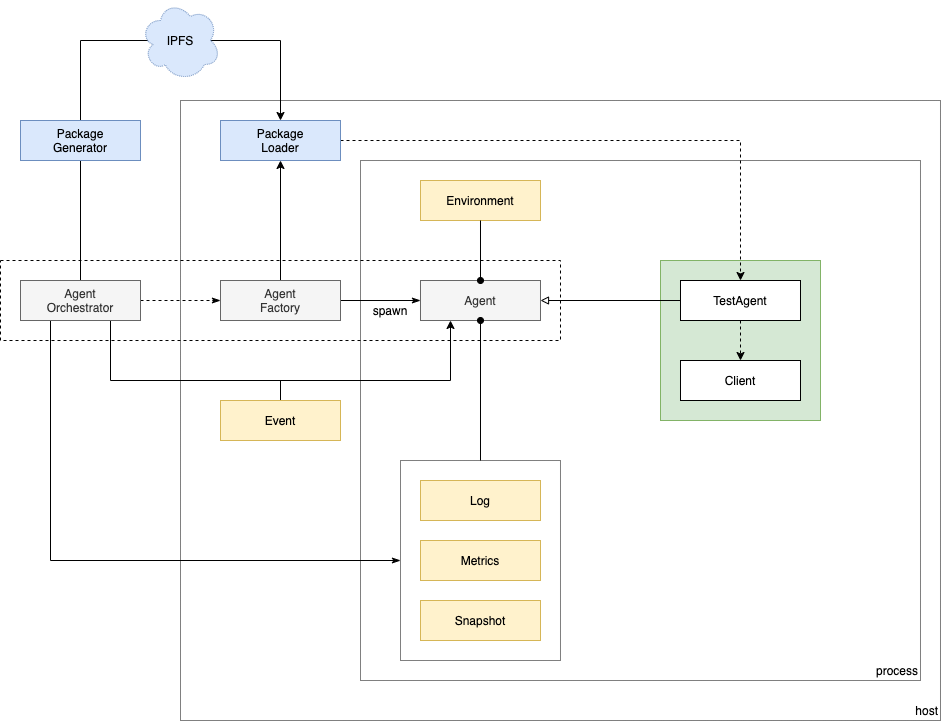
Earlier version of the draw.io export agents.png (dxos/gravity). Source tidied: cells renumbered, new cells last; positions are measured from the earlier drawing's top-left corner, leaving out a move shared by most shapes.
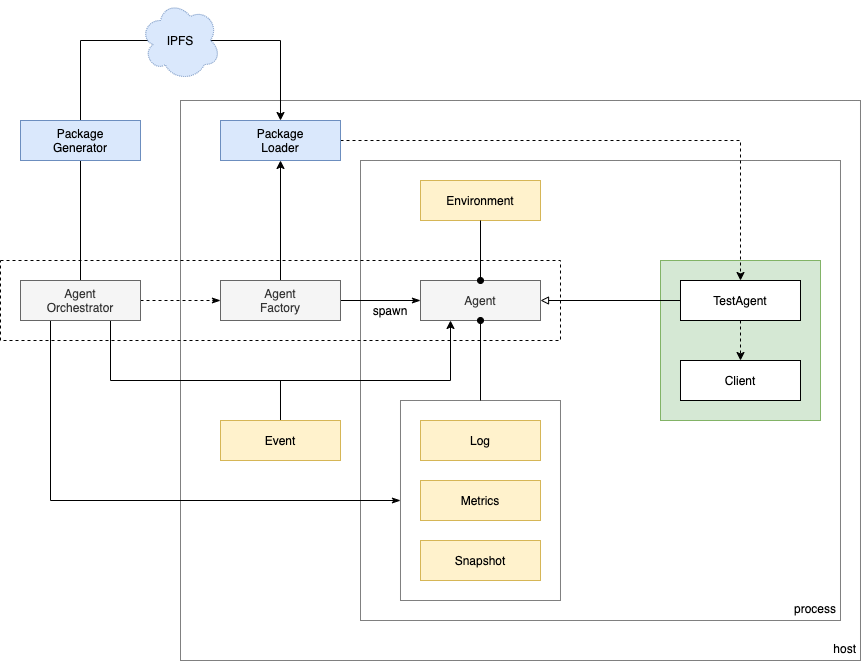
Above is the later version.

What changed in the source:
```diff
@@ -2,11 +2,11 @@
   <root>
     <mxCell id="0" />
     <mxCell id="1" parent="0" />
-    <mxCell id="2" value="host" style="rounded=0;whiteSpace=wrap;html=1;dashed=1;dashPattern=1 1;align=right;verticalAlign=bottom;" parent="1" vertex="1">
-      <mxGeometry x="180" y="100" width="760" height="620" as="geometry" />
+    <mxCell id="2" value="host" style="rounded=0;whiteSpace=wrap;html=1;dashed=1;dashPattern=1 1;align=right;verticalAlign=bottom;spacing=4;" parent="1" vertex="1">
+      <mxGeometry x="180" y="100" width="680" height="560" as="geometry" />
     </mxCell>
-    <mxCell id="3" value="process" style="rounded=0;whiteSpace=wrap;html=1;dashed=1;dashPattern=1 1;align=right;verticalAlign=bottom;" parent="1" vertex="1">
-      <mxGeometry x="360" y="160" width="560" height="520" as="geometry" />
+    <mxCell id="3" value="process" style="rounded=0;whiteSpace=wrap;html=1;dashed=1;dashPattern=1 1;align=right;verticalAlign=bottom;spacing=4;" parent="1" vertex="1">
+      <mxGeometry x="360" y="160" width="480" height="460" as="geometry" />
     </mxCell>
     <mxCell id="4" style="rounded=0;whiteSpace=wrap;html=1;fillColor=#d5e8d4;strokeColor=#82b366;" parent="1" vertex="1">
       <mxGeometry x="660" y="260" width="160" height="160" as="geometry" />
@@ -49,13 +49,13 @@
       </mxGeometry>
     </mxCell>
     <mxCell id="15" value="Event" style="rounded=0;whiteSpace=wrap;html=1;fillColor=#fff2cc;strokeColor=#d6b656;" parent="1" vertex="1">
-      <mxGeometry x="220" y="400" width="120" height="40" as="geometry" />
+      <mxGeometry x="220" y="420" width="120" height="40" as="geometry" />
     </mxCell>
     <mxCell id="16" value="Metrics" style="rounded=0;whiteSpace=wrap;html=1;fillColor=#fff2cc;strokeColor=#d6b656;" parent="1" vertex="1">
-      <mxGeometry x="420" y="540" width="120" height="40" as="geometry" />
+      <mxGeometry x="420" y="480" width="120" height="40" as="geometry" />
     </mxCell>
     <mxCell id="17" value="Snapshot" style="rounded=0;whiteSpace=wrap;html=1;fillColor=#fff2cc;strokeColor=#d6b656;" parent="1" vertex="1">
-      <mxGeometry x="420" y="600" width="120" height="40" as="geometry" />
+      <mxGeometry x="420" y="540" width="120" height="40" as="geometry" />
     </mxCell>
     <mxCell id="18" value="Client" style="rounded=0;whiteSpace=wrap;html=1;" parent="1" vertex="1">
       <mxGeometry x="680" y="360" width="120" height="40" as="geometry" />
@@ -103,13 +103,13 @@
       <mxGeometry x="370" y="300" width="40" height="20" as="geometry" />
     </mxCell>
     <mxCell id="30" value="Log" style="rounded=0;whiteSpace=wrap;html=1;fillColor=#fff2cc;strokeColor=#d6b656;" parent="1" vertex="1">
-      <mxGeometry x="420" y="480" width="120" height="40" as="geometry" />
+      <mxGeometry x="420" y="420" width="120" height="40" as="geometry" />
     </mxCell>
     <mxCell id="31" style="edgeStyle=orthogonalEdgeStyle;rounded=0;jettySize=auto;html=1;exitX=0.5;exitY=0;exitDx=0;exitDy=0;startArrow=oval;startFill=1;endArrow=none;endFill=0;" parent="1" edge="1" source="28" target="8">
       <mxGeometry relative="1" as="geometry" />
     </mxCell>
-    <mxCell id="32" style="rounded=0;whiteSpace=wrap;html=1;dashed=1;dashPattern=1 1;fillColor=none;align=right;" parent="1" vertex="1">
-      <mxGeometry x="400" y="460" width="160" height="200" as="geometry" />
+    <mxCell id="32" style="rounded=0;whiteSpace=wrap;html=1;dashed=1;dashPattern=1 1;align=right;fillColor=none;" parent="1" vertex="1">
+      <mxGeometry x="400" y="400" width="160" height="200" as="geometry" />
     </mxCell>
     <mxCell id="33" style="edgeStyle=orthogonalEdgeStyle;rounded=0;jettySize=auto;html=1;exitX=0.5;exitY=1;exitDx=0;exitDy=0;entryX=0.5;entryY=0;entryDx=0;entryDy=0;startArrow=oval;startFill=1;endArrow=none;endFill=0;" parent="1" edge="1" source="28" target="32">
       <mxGeometry relative="1" as="geometry" />
```
